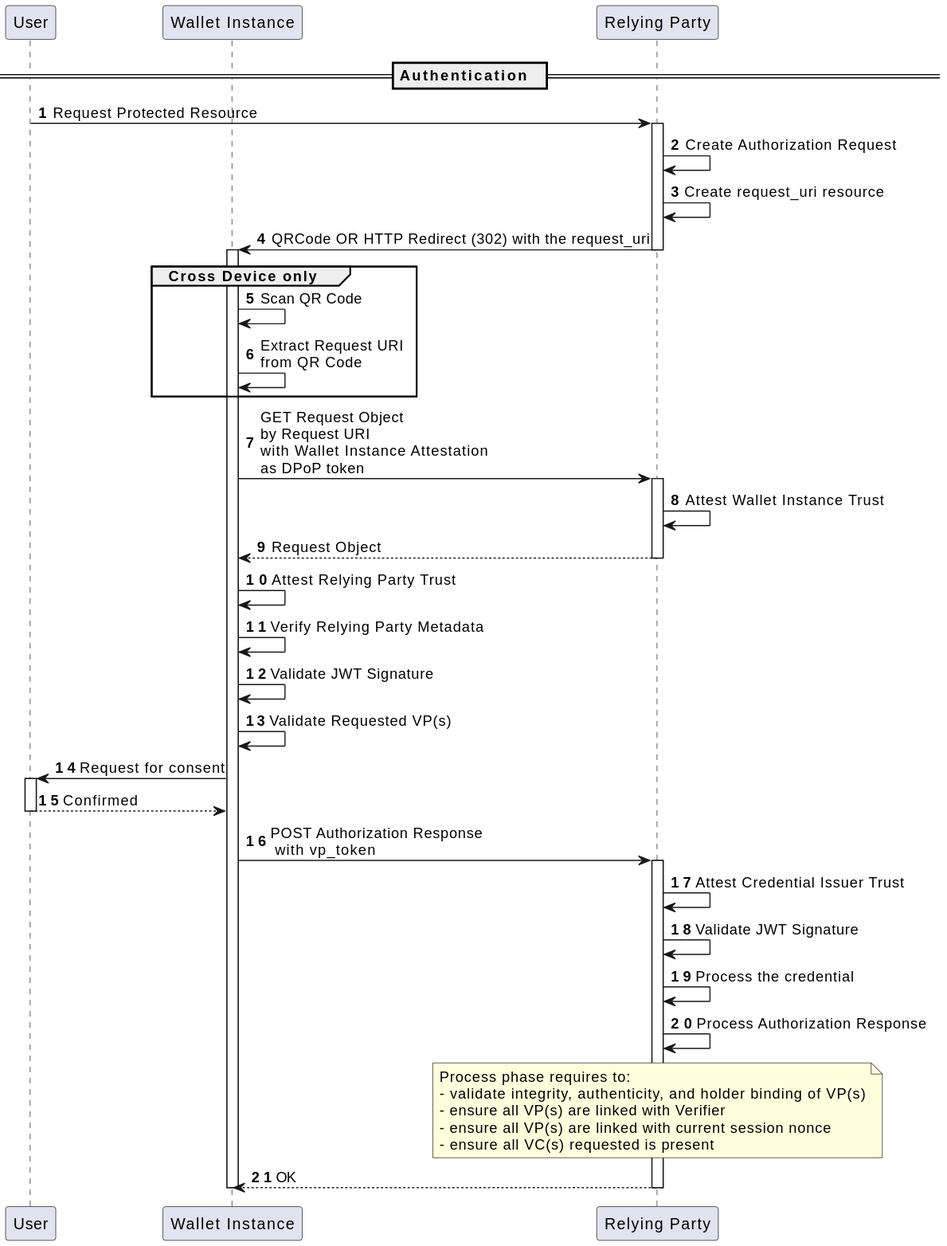
italia/eudi-wallet-it-docs keeps this PlantUML diagram as images/cross_device_auth_seq_diagram.svg. Above is the earlier version.
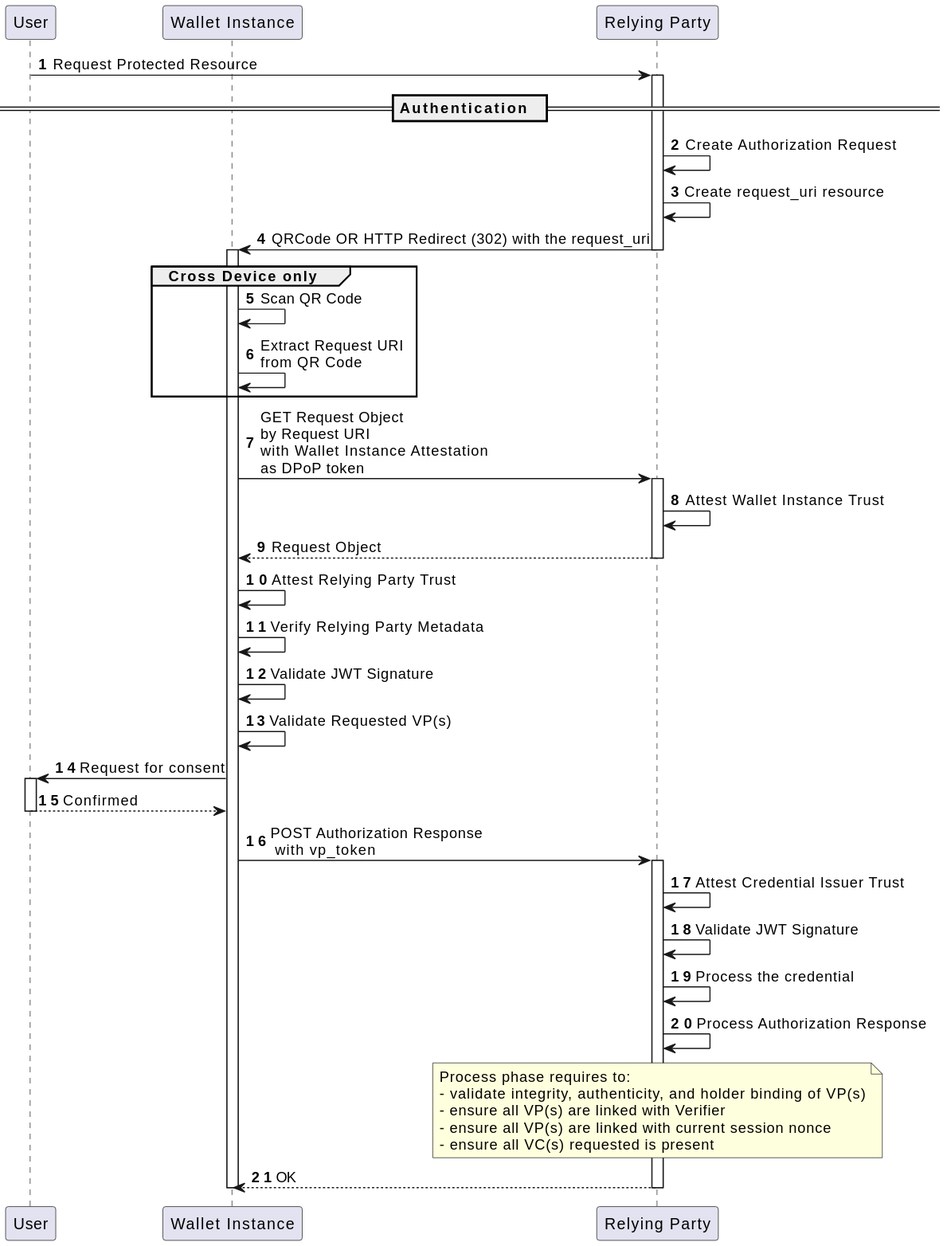
After the change.

Commit message:
fix: SVG link, missing nonce in the presentation response, added table for the VP parameters

Change to the diagram source:
```diff
@@ -5,8 +5,9 @@
 participant "Wallet Instance" as w
 participant "Relying Party" as ve
 
+u -> ve: Request Protected Resource
+
 == Authentication  ==
-u -> ve: Request Protected Resource
 activate ve
 ve -> ve: Create Authorization Request
 ve -> ve: Create request_uri resource
@@ -18,6 +19,7 @@
 w -> w: Scan QR Code
 w -> w: Extract Request URI\nfrom QR Code
 end
+
 w -> ve: GET Request Object \nby Request URI \nwith Wallet Instance Attestation \nas DPoP token
 activate ve
 ve -> ve: Attest Wallet Instance Trust
```
